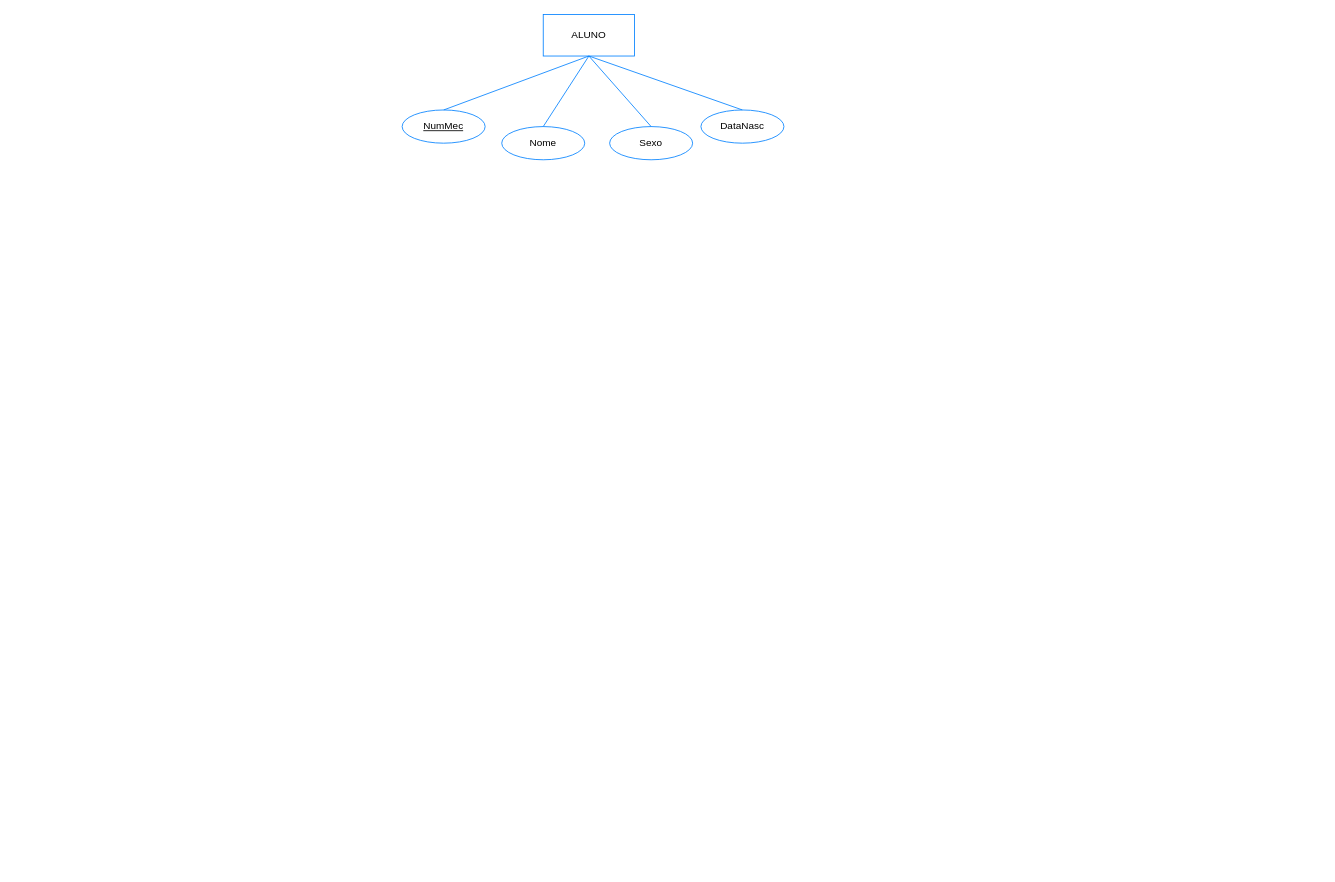
The draw.io diagram diagrama_escolar.drawio in Pitosko/Diagrama-2P, before the edit. Source tidied: cells renumbered, new cells numbered last; positions are measured from the earlier drawing's top-left corner, leaving out a move shared by most shapes. Both pictures are drawn from the tidied source at 83%, with x=0, y=0 at pixel (402, 14).
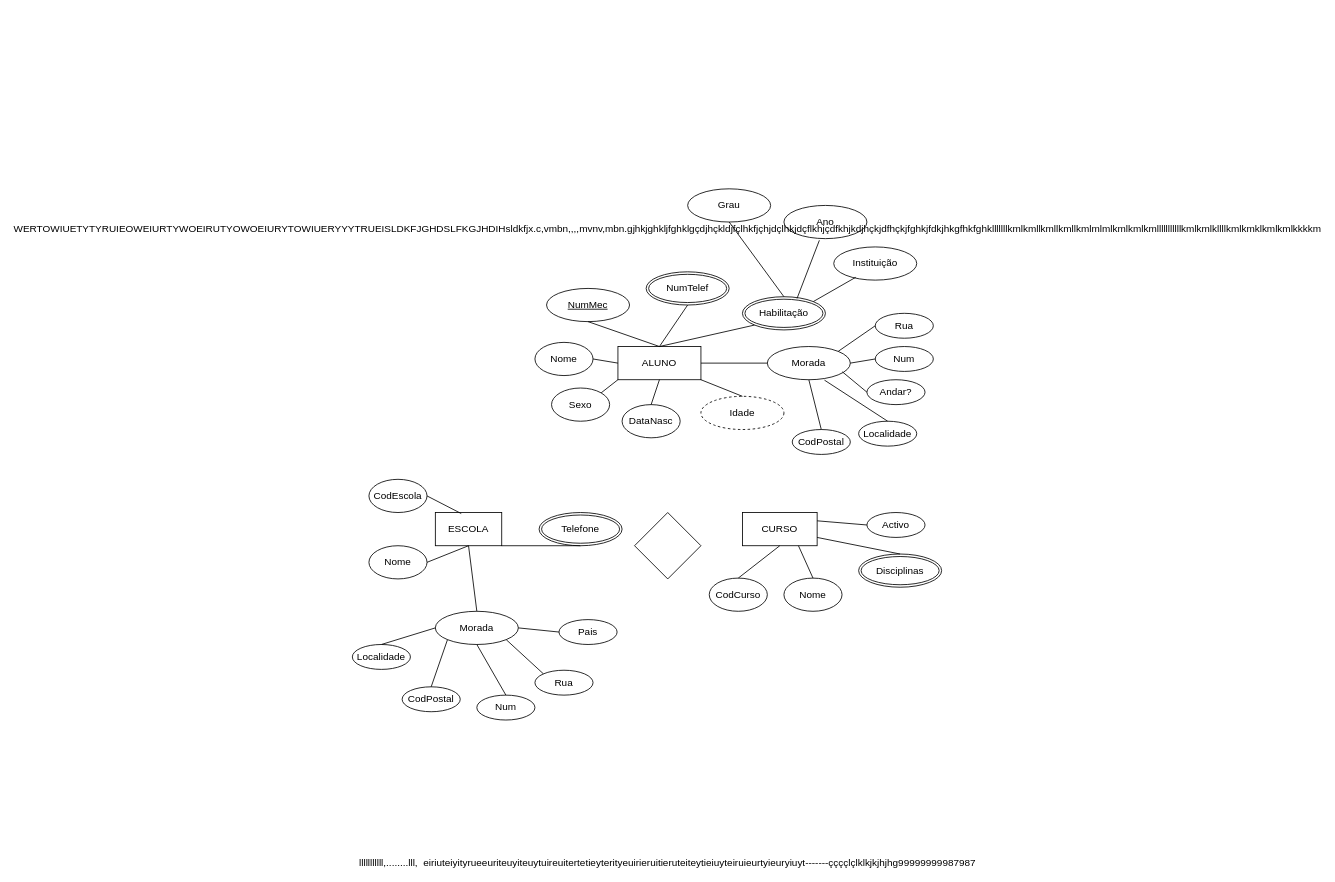
The same diagram, later.

Diff of the diagram source:
```diff
@@
-    <mxCell id="2" value="ALUNO" style="rounded=0;whiteSpace=wrap;html=1;strokeColor=#0080ff;" parent="1" vertex="1">
-      <mxGeometry x="170" width="110" height="50" as="geometry" />
+    <mxCell id="2" value="ALUNO" style="rounded=0;whiteSpace=wrap;html=1;" parent="1" vertex="1">
+      <mxGeometry x="260" y="400" width="100" height="40" as="geometry" />
     </mxCell>
-    <mxCell id="3" value="NumMec" style="ellipse;whiteSpace=wrap;html=1;align=center;fontStyle=4;strokeColor=#0080ff;" parent="1" vertex="1">
-      <mxGeometry y="115" width="100" height="40" as="geometry" />
-    </mxCell>
-    <mxCell id="4" value="Nome" style="ellipse;whiteSpace=wrap;html=1;align=center;strokeColor=#0080ff;" parent="1" vertex="1">
-      <mxGeometry x="120" y="135" width="100" height="40" as="geometry" />
-    </mxCell>
+    <mxCell id="11" value="Nome" style="ellipse;whiteSpace=wrap;html=1;" parent="1" vertex="1">
+      <mxGeometry x="160" y="395" width="70" height="40" as="geometry" />
+    </mxCell>
-    <mxCell id="5" value="Sexo" style="ellipse;whiteSpace=wrap;html=1;align=center;strokeColor=#0080ff;" parent="1" vertex="1">
-      <mxGeometry x="250" y="135" width="100" height="40" as="geometry" />
+    <mxCell id="5" value="Sexo" style="ellipse;whiteSpace=wrap;html=1;" parent="1" vertex="1">
+      <mxGeometry x="180" y="450" width="70" height="40" as="geometry" />
     </mxCell>
-    <mxCell id="6" value="DataNasc" style="ellipse;whiteSpace=wrap;html=1;align=center;strokeColor=#0080ff;" parent="1" vertex="1">
-      <mxGeometry x="360" y="115" width="100" height="40" as="geometry" />
+    <mxCell id="6" value="DataNasc" style="ellipse;whiteSpace=wrap;html=1;" parent="1" vertex="1">
+      <mxGeometry x="265" y="470" width="70" height="40" as="geometry" />
     </mxCell>
+    <mxCell id="12" value="Idade" style="ellipse;whiteSpace=wrap;html=1;align=center;dashed=1;" parent="1" vertex="1">
+      <mxGeometry x="360" y="460" width="100" height="40" as="geometry" />
+    </mxCell>
+    <mxCell id="13" value="NumTelef" style="ellipse;shape=doubleEllipse;margin=3;whiteSpace=wrap;html=1;align=center;" parent="1" vertex="1">
+      <mxGeometry x="294" y="310" width="100" height="40" as="geometry" />
+    </mxCell>
+    <mxCell id="3" value="NumMec" style="ellipse;whiteSpace=wrap;html=1;align=center;fontStyle=4;" parent="1" vertex="1">
+      <mxGeometry x="174" y="330" width="100" height="40" as="geometry" />
+    </mxCell>
+    <mxCell id="14" value="Habilitação" style="ellipse;shape=doubleEllipse;margin=3;whiteSpace=wrap;html=1;align=center;" parent="1" vertex="1">
+      <mxGeometry x="410" y="340" width="100" height="40" as="geometry" />
+    </mxCell>
+    <mxCell id="15" value="Morada" style="ellipse;whiteSpace=wrap;html=1;align=center;" parent="1" vertex="1">
+      <mxGeometry x="440" y="400" width="100" height="40" as="geometry" />
+    </mxCell>
+    <mxCell id="16" value="Rua" style="ellipse;whiteSpace=wrap;html=1;align=center;" parent="1" vertex="1">
+      <mxGeometry x="570" y="360" width="70" height="30" as="geometry" />
+    </mxCell>
+    <mxCell id="17" value="Num" style="ellipse;whiteSpace=wrap;html=1;align=center;" parent="1" vertex="1">
+      <mxGeometry x="570" y="400" width="70" height="30" as="geometry" />
+    </mxCell>
+    <mxCell id="18" value="Andar?" style="ellipse;whiteSpace=wrap;html=1;align=center;" parent="1" vertex="1">
+      <mxGeometry x="560" y="440" width="70" height="30" as="geometry" />
+    </mxCell>
+    <mxCell id="19" value="Localidade" style="ellipse;whiteSpace=wrap;html=1;align=center;" parent="1" vertex="1">
+      <mxGeometry x="550" y="490" width="70" height="30" as="geometry" />
+    </mxCell>
+    <mxCell id="20" value="CodPostal" style="ellipse;whiteSpace=wrap;html=1;align=center;" parent="1" vertex="1">
+      <mxGeometry x="470" y="500" width="70" height="30" as="geometry" />
+    </mxCell>
+    <mxCell id="21" value="Instituição" style="ellipse;whiteSpace=wrap;html=1;align=center;" parent="1" vertex="1">
+      <mxGeometry x="520" y="280" width="100" height="40" as="geometry" />
+    </mxCell>
+    <mxCell id="22" value="Ano" style="ellipse;whiteSpace=wrap;html=1;align=center;" parent="1" vertex="1">
+      <mxGeometry x="460" y="230" width="100" height="40" as="geometry" />
+    </mxCell>
+    <mxCell id="23" value="Grau" style="ellipse;whiteSpace=wrap;html=1;align=center;" parent="1" vertex="1">
+      <mxGeometry x="344" y="210" width="100" height="40" as="geometry" />
+    </mxCell>
+    <mxCell id="24" style="endArrow=none;html=1;rounded=0;exitX=0.265;exitY=0.915;exitDx=0;exitDy=0;exitPerimeter=0;entryX=1;entryY=0;entryDx=0;entryDy=0;" parent="1" edge="1" source="21" target="14">
+      <mxGeometry relative="1" as="geometry" />
+    </mxCell>
+    <mxCell id="25" style="endArrow=none;html=1;rounded=0;exitX=0.427;exitY=1.05;exitDx=0;exitDy=0;exitPerimeter=0;entryX=0.658;entryY=0.05;entryDx=0;entryDy=0;entryPerimeter=0;" parent="1" edge="1" source="22" target="14">
+      <mxGeometry relative="1" as="geometry" />
+    </mxCell>
+    <mxCell id="26" style="endArrow=none;html=1;rounded=0;entryX=0.5;entryY=1;entryDx=0;entryDy=0;exitX=0.5;exitY=0;exitDx=0;exitDy=0;" parent="1" edge="1" source="14" target="23">
+      <mxGeometry relative="1" as="geometry" />
+    </mxCell>
+    <mxCell id="27" style="endArrow=none;html=1;rounded=0;exitX=0;exitY=0.5;exitDx=0;exitDy=0;entryX=1;entryY=0;entryDx=0;entryDy=0;" parent="1" edge="1" source="16" target="15">
+      <mxGeometry relative="1" as="geometry" />
+    </mxCell>
+    <mxCell id="28" style="endArrow=none;html=1;rounded=0;entryX=0;entryY=0.5;entryDx=0;entryDy=0;exitX=1;exitY=0.5;exitDx=0;exitDy=0;" parent="1" edge="1" source="15" target="17">
+      <mxGeometry relative="1" as="geometry" />
+    </mxCell>
+    <mxCell id="29" style="endArrow=none;html=1;rounded=0;exitX=0;exitY=0.5;exitDx=0;exitDy=0;entryX=0.904;entryY=0.762;entryDx=0;entryDy=0;entryPerimeter=0;" parent="1" edge="1" source="18" target="15">
+      <mxGeometry relative="1" as="geometry" />
+    </mxCell>
+    <mxCell id="30" style="endArrow=none;html=1;rounded=0;exitX=0.5;exitY=0;exitDx=0;exitDy=0;entryX=0.688;entryY=1.012;entryDx=0;entryDy=0;entryPerimeter=0;" parent="1" edge="1" source="19" target="15">
+      <mxGeometry relative="1" as="geometry" />
+    </mxCell>
+    <mxCell id="31" style="endArrow=none;html=1;rounded=0;entryX=0.5;entryY=0;entryDx=0;entryDy=0;exitX=0.5;exitY=1;exitDx=0;exitDy=0;" parent="1" edge="1" source="15" target="20">
+      <mxGeometry relative="1" as="geometry" />
+    </mxCell>
+    <mxCell id="32" style="endArrow=none;html=1;rounded=0;exitX=0.5;exitY=0;exitDx=0;exitDy=0;entryX=1;entryY=1;entryDx=0;entryDy=0;" parent="1" edge="1" source="12" target="2">
+      <mxGeometry relative="1" as="geometry" />
+    </mxCell>
+    <mxCell id="33" style="endArrow=none;html=1;rounded=0;entryX=1;entryY=0;entryDx=0;entryDy=0;exitX=0;exitY=1;exitDx=0;exitDy=0;" parent="1" edge="1" source="2" target="5">
+      <mxGeometry relative="1" as="geometry" />
+    </mxCell>
+    <mxCell id="34" style="endArrow=none;html=1;rounded=0;entryX=1;entryY=0.5;entryDx=0;entryDy=0;exitX=0;exitY=0.5;exitDx=0;exitDy=0;" parent="1" edge="1" source="2" target="11">
+      <mxGeometry relative="1" as="geometry" />
+    </mxCell>
+    <mxCell id="35" style="endArrow=none;html=1;rounded=0;entryX=0;entryY=1;entryDx=0;entryDy=0;exitX=0.5;exitY=0;exitDx=0;exitDy=0;" parent="1" edge="1" source="2" target="14">
+      <mxGeometry relative="1" as="geometry" />
+    </mxCell>
-    <mxCell id="7" style="endArrow=none;html=1;rounded=0;entryX=0.5;entryY=1;entryDx=0;entryDy=0;exitX=0.5;exitY=0;exitDx=0;exitDy=0;strokeColor=#0080ff;" parent="1" edge="1" source="3" target="2">
+    <mxCell id="7" style="endArrow=none;html=1;rounded=0;exitX=0.5;exitY=1;exitDx=0;exitDy=0;entryX=0.5;entryY=0;entryDx=0;entryDy=0;" parent="1" edge="1" source="3" target="2">
       <mxGeometry relative="1" as="geometry" />
     </mxCell>
-    <mxCell id="8" style="endArrow=none;html=1;rounded=0;entryX=0.5;entryY=1;entryDx=0;entryDy=0;exitX=0.5;exitY=0;exitDx=0;exitDy=0;strokeColor=#0080ff;" parent="1" edge="1" source="4" target="2">
-      <mxGeometry relative="1" as="geometry" />
-    </mxCell>
-    <mxCell id="9" style="endArrow=none;html=1;rounded=0;entryX=0.5;entryY=1;entryDx=0;entryDy=0;exitX=0.5;exitY=0;exitDx=0;exitDy=0;strokeColor=#0080ff;" parent="1" edge="1" source="5" target="2">
-      <mxGeometry relative="1" as="geometry" />
-    </mxCell>
-    <mxCell id="10" style="endArrow=none;html=1;rounded=0;exitX=0.5;exitY=1;exitDx=0;exitDy=0;entryX=0.5;entryY=0;entryDx=0;entryDy=0;strokeColor=#0080ff;" parent="1" edge="1" source="2" target="6">
-      <mxGeometry relative="1" as="geometry" />
-    </mxCell>
+    <mxCell id="36" style="endArrow=none;html=1;rounded=0;exitX=0.5;exitY=0;exitDx=0;exitDy=0;entryX=0.5;entryY=1;entryDx=0;entryDy=0;" parent="1" edge="1" source="2" target="13">
+      <mxGeometry relative="1" as="geometry" />
+    </mxCell>
+    <mxCell id="37" style="endArrow=none;html=1;rounded=0;entryX=1;entryY=0.5;entryDx=0;entryDy=0;exitX=0;exitY=0.5;exitDx=0;exitDy=0;" parent="1" edge="1" source="15" target="2">
+      <mxGeometry relative="1" as="geometry" />
+    </mxCell>
+    <mxCell id="38" style="endArrow=none;html=1;rounded=0;entryX=0.5;entryY=1;entryDx=0;entryDy=0;exitX=0.5;exitY=0;exitDx=0;exitDy=0;" parent="1" edge="1" source="6" target="2">
+      <mxGeometry relative="1" as="geometry" />
+    </mxCell>
+    <mxCell id="39" value="ESCOLA" style="rounded=0;whiteSpace=wrap;html=1;" parent="1" vertex="1">
+      <mxGeometry x="40" y="600" width="80" height="40" as="geometry" />
+    </mxCell>
+    <mxCell id="40" value="CURSO" style="rounded=0;whiteSpace=wrap;html=1;" parent="1" vertex="1">
+      <mxGeometry x="410" y="600" width="90" height="40" as="geometry" />
+    </mxCell>
+    <mxCell id="41" value="Nome" style="ellipse;whiteSpace=wrap;html=1;" parent="1" vertex="1">
+      <mxGeometry x="-40" y="640" width="70" height="40" as="geometry" />
+    </mxCell>
+    <mxCell id="42" value="CodEscola" style="ellipse;whiteSpace=wrap;html=1;" parent="1" vertex="1">
+      <mxGeometry x="-40" y="560" width="70" height="40" as="geometry" />
+    </mxCell>
+    <mxCell id="43" value="Telefone" style="ellipse;shape=doubleEllipse;margin=3;whiteSpace=wrap;html=1;align=center;" parent="1" vertex="1">
+      <mxGeometry x="165" y="600" width="100" height="40" as="geometry" />
+    </mxCell>
+    <mxCell id="44" value="Morada" style="ellipse;whiteSpace=wrap;html=1;align=center;" parent="1" vertex="1">
+      <mxGeometry x="40" y="719" width="100" height="40" as="geometry" />
+    </mxCell>
+    <mxCell id="45" value="Rua" style="ellipse;whiteSpace=wrap;html=1;align=center;" parent="1" vertex="1">
+      <mxGeometry x="160" y="790" width="70" height="30" as="geometry" />
+    </mxCell>
+    <mxCell id="46" value="Num" style="ellipse;whiteSpace=wrap;html=1;align=center;" parent="1" vertex="1">
+      <mxGeometry x="90" y="820" width="70" height="30" as="geometry" />
+    </mxCell>
+    <mxCell id="47" value="CodPostal" style="ellipse;whiteSpace=wrap;html=1;align=center;" parent="1" vertex="1">
+      <mxGeometry y="810" width="70" height="30" as="geometry" />
+    </mxCell>
+    <mxCell id="48" value="Localidade" style="ellipse;whiteSpace=wrap;html=1;align=center;" parent="1" vertex="1">
+      <mxGeometry x="-60" y="759" width="70" height="30" as="geometry" />
+    </mxCell>
+    <mxCell id="49" value="Pais" style="ellipse;whiteSpace=wrap;html=1;align=center;" parent="1" vertex="1">
+      <mxGeometry x="189" y="729" width="70" height="30" as="geometry" />
+    </mxCell>
+    <mxCell id="50" value="CodCurso" style="ellipse;whiteSpace=wrap;html=1;" parent="1" vertex="1">
+      <mxGeometry x="370" y="679" width="70" height="40" as="geometry" />
+    </mxCell>
+    <mxCell id="51" value="Nome" style="ellipse;whiteSpace=wrap;html=1;" parent="1" vertex="1">
+      <mxGeometry x="460" y="679" width="70" height="40" as="geometry" />
+    </mxCell>
+    <mxCell id="52" value="Disciplinas" style="ellipse;shape=doubleEllipse;margin=3;whiteSpace=wrap;html=1;align=center;" parent="1" vertex="1">
+      <mxGeometry x="550" y="650" width="100" height="40" as="geometry" />
+    </mxCell>
+    <mxCell id="53" value="Activo" style="ellipse;whiteSpace=wrap;html=1;align=center;" parent="1" vertex="1">
+      <mxGeometry x="560" y="600" width="70" height="30" as="geometry" />
+    </mxCell>
+    <mxCell id="54" style="endArrow=none;html=1;rounded=0;exitX=0.5;exitY=0;exitDx=0;exitDy=0;entryX=0;entryY=0.5;entryDx=0;entryDy=0;" parent="1" edge="1" source="48" target="44">
+      <mxGeometry relative="1" as="geometry" />
+    </mxCell>
+    <mxCell id="55" style="endArrow=none;html=1;rounded=0;exitX=0.5;exitY=0;exitDx=0;exitDy=0;entryX=0;entryY=1;entryDx=0;entryDy=0;" parent="1" edge="1" source="47" target="44">
+      <mxGeometry relative="1" as="geometry" />
+    </mxCell>
+    <mxCell id="56" style="endArrow=none;html=1;rounded=0;exitX=0.5;exitY=0;exitDx=0;exitDy=0;entryX=0.5;entryY=1;entryDx=0;entryDy=0;" parent="1" edge="1" source="46" target="44">
+      <mxGeometry relative="1" as="geometry" />
+    </mxCell>
+    <mxCell id="57" style="endArrow=none;html=1;rounded=0;exitX=0;exitY=0;exitDx=0;exitDy=0;entryX=1;entryY=1;entryDx=0;entryDy=0;" parent="1" edge="1" source="45" target="44">
+      <mxGeometry relative="1" as="geometry" />
+    </mxCell>
+    <mxCell id="58" style="endArrow=none;html=1;rounded=0;exitX=1;exitY=0.5;exitDx=0;exitDy=0;entryX=0;entryY=0.5;entryDx=0;entryDy=0;" parent="1" edge="1" source="44" target="49">
+      <mxGeometry relative="1" as="geometry" />
+    </mxCell>
+    <mxCell id="59" style="endArrow=none;html=1;rounded=0;entryX=0.5;entryY=1;entryDx=0;entryDy=0;exitX=0.5;exitY=0;exitDx=0;exitDy=0;" parent="1" edge="1" source="44" target="39">
+      <mxGeometry relative="1" as="geometry" />
+    </mxCell>
+    <mxCell id="60" style="endArrow=none;html=1;rounded=0;exitX=0.5;exitY=1;exitDx=0;exitDy=0;entryX=1;entryY=1;entryDx=0;entryDy=0;" parent="1" edge="1" source="43" target="39">
+      <mxGeometry relative="1" as="geometry" />
+    </mxCell>
+    <mxCell id="61" style="endArrow=none;html=1;rounded=0;exitX=1;exitY=0.5;exitDx=0;exitDy=0;entryX=0.5;entryY=1;entryDx=0;entryDy=0;" parent="1" edge="1" source="41" target="39">
+      <mxGeometry relative="1" as="geometry" />
+    </mxCell>
+    <mxCell id="62" style="endArrow=none;html=1;rounded=0;entryX=1;entryY=0.5;entryDx=0;entryDy=0;exitX=0.39;exitY=0.031;exitDx=0;exitDy=0;exitPerimeter=0;" parent="1" edge="1" source="39" target="42">
+      <mxGeometry relative="1" as="geometry" />
+    </mxCell>
+    <mxCell id="63" style="endArrow=none;html=1;rounded=0;exitX=0;exitY=0.5;exitDx=0;exitDy=0;entryX=1;entryY=0.25;entryDx=0;entryDy=0;" parent="1" edge="1" source="53" target="40">
+      <mxGeometry relative="1" as="geometry" />
+    </mxCell>
+    <mxCell id="64" style="endArrow=none;html=1;rounded=0;entryX=0.5;entryY=0;entryDx=0;entryDy=0;exitX=1;exitY=0.75;exitDx=0;exitDy=0;" parent="1" edge="1" source="40" target="52">
+      <mxGeometry relative="1" as="geometry" />
+    </mxCell>
+    <mxCell id="65" style="endArrow=none;html=1;rounded=0;entryX=0.5;entryY=0;entryDx=0;entryDy=0;exitX=0.75;exitY=1;exitDx=0;exitDy=0;" parent="1" edge="1" source="40" target="51">
+      <mxGeometry relative="1" as="geometry" />
+    </mxCell>
+    <mxCell id="66" style="endArrow=none;html=1;rounded=0;entryX=0.5;entryY=0;entryDx=0;entryDy=0;exitX=0.5;exitY=1;exitDx=0;exitDy=0;" parent="1" edge="1" source="40" target="50">
+      <mxGeometry relative="1" as="geometry" />
+    </mxCell>
+    <mxCell id="67" value="&lt;div&gt;WERTOWIUETYTYRUIEOWEIURTYWOEIRUTYOWOEIURYTOWIUERYYYTRUEISLDKFJGHDSLFKGJHDIHsldkfjx.c,vmbn,,,,mvnv,mbn.gjhkjghkljfghklgçdjhçkldjfçlhkfjçhjdçlhkjdçflkhjçdfkhjkdjhçkjdfhçkjfghkjfdkjhkgfhkfghklllllllkmlkmllkmllkmllkmlmlmlkmlkmlkmlllllllllllkmlkmlkllllkmlkmklkmlkmlkkkkm&lt;/div&gt;&lt;div&gt;&lt;br&gt;&lt;/div&gt;&lt;div&gt;&lt;br&gt;&lt;/div&gt;&lt;div&gt;&lt;br&gt;&lt;/div&gt;&lt;div&gt;&lt;br&gt;&lt;/div&gt;&lt;div&gt;&lt;br&gt;&lt;/div&gt;&lt;div&gt;&lt;br&gt;&lt;/div&gt;&lt;div&gt;&lt;br&gt;&lt;/div&gt;&lt;div&gt;&lt;br&gt;&lt;/div&gt;&lt;div&gt;&lt;br&gt;&lt;/div&gt;&lt;div&gt;&lt;br&gt;&lt;/div&gt;&lt;div&gt;&lt;br&gt;&lt;/div&gt;&lt;div&gt;&lt;br&gt;&lt;/div&gt;&lt;div&gt;&lt;br&gt;&lt;/div&gt;&lt;div&gt;&lt;br&gt;&lt;/div&gt;&lt;div&gt;&lt;br&gt;&lt;/div&gt;&lt;div&gt;&lt;br&gt;&lt;/div&gt;&lt;div&gt;&lt;br&gt;&lt;/div&gt;&lt;div&gt;&lt;br&gt;&lt;/div&gt;&lt;div&gt;&lt;br&gt;&lt;/div&gt;&lt;div&gt;&lt;br&gt;&lt;/div&gt;&lt;div&gt;&lt;br&gt;&lt;/div&gt;&lt;div&gt;&lt;br&gt;&lt;/div&gt;&lt;div&gt;&lt;br&gt;&lt;/div&gt;&lt;div&gt;&lt;br&gt;&lt;/div&gt;&lt;div&gt;&lt;br&gt;&lt;/div&gt;&lt;div&gt;&lt;br&gt;&lt;/div&gt;&lt;div&gt;&lt;br&gt;&lt;/div&gt;&lt;div&gt;&lt;br&gt;&lt;/div&gt;&lt;div&gt;&lt;br&gt;&lt;/div&gt;&lt;div&gt;&lt;br&gt;&lt;/div&gt;&lt;div&gt;&lt;br&gt;&lt;/div&gt;&lt;div&gt;&lt;br&gt;&lt;/div&gt;&lt;div&gt;&lt;br&gt;&lt;/div&gt;&lt;div&gt;&lt;br&gt;&lt;/div&gt;&lt;div&gt;&lt;br&gt;&lt;/div&gt;&lt;div&gt;&lt;br&gt;&lt;/div&gt;&lt;div&gt;&lt;br&gt;&lt;/div&gt;&lt;div&gt;&lt;br&gt;&lt;/div&gt;&lt;div&gt;&lt;br&gt;&lt;/div&gt;&lt;div&gt;&lt;br&gt;&lt;/div&gt;&lt;div&gt;&lt;br&gt;&lt;/div&gt;&lt;div&gt;&lt;br&gt;&lt;/div&gt;&lt;div&gt;&lt;br&gt;&lt;/div&gt;&lt;div&gt;&lt;br&gt;&lt;/div&gt;&lt;div&gt;&lt;br&gt;&lt;/div&gt;&lt;div&gt;&lt;br&gt;&lt;/div&gt;&lt;div&gt;&lt;br&gt;&lt;/div&gt;&lt;div&gt;&lt;br&gt;&lt;/div&gt;&lt;div&gt;&lt;br&gt;&lt;/div&gt;&lt;div&gt;&lt;br&gt;&lt;/div&gt;&lt;div&gt;&lt;br&gt;&lt;/div&gt;&lt;div&gt;&lt;br&gt;&lt;/div&gt;&lt;div&gt;lllllllllll,........lll,&amp;nbsp; eiriuteiyityrueeuriteuyiteuytuireuitertetieyterityeuirieruitieruteiteytieiuyteiruieurtyieuryiuyt-------ççççlçlklkjkjhjhg99999999987987&lt;/div&gt;" style="rhombus;whiteSpace=wrap;html=1;" parent="1" vertex="1">
+      <mxGeometry x="280" y="600" width="80" height="80" as="geometry" />
+    </mxCell>
```
